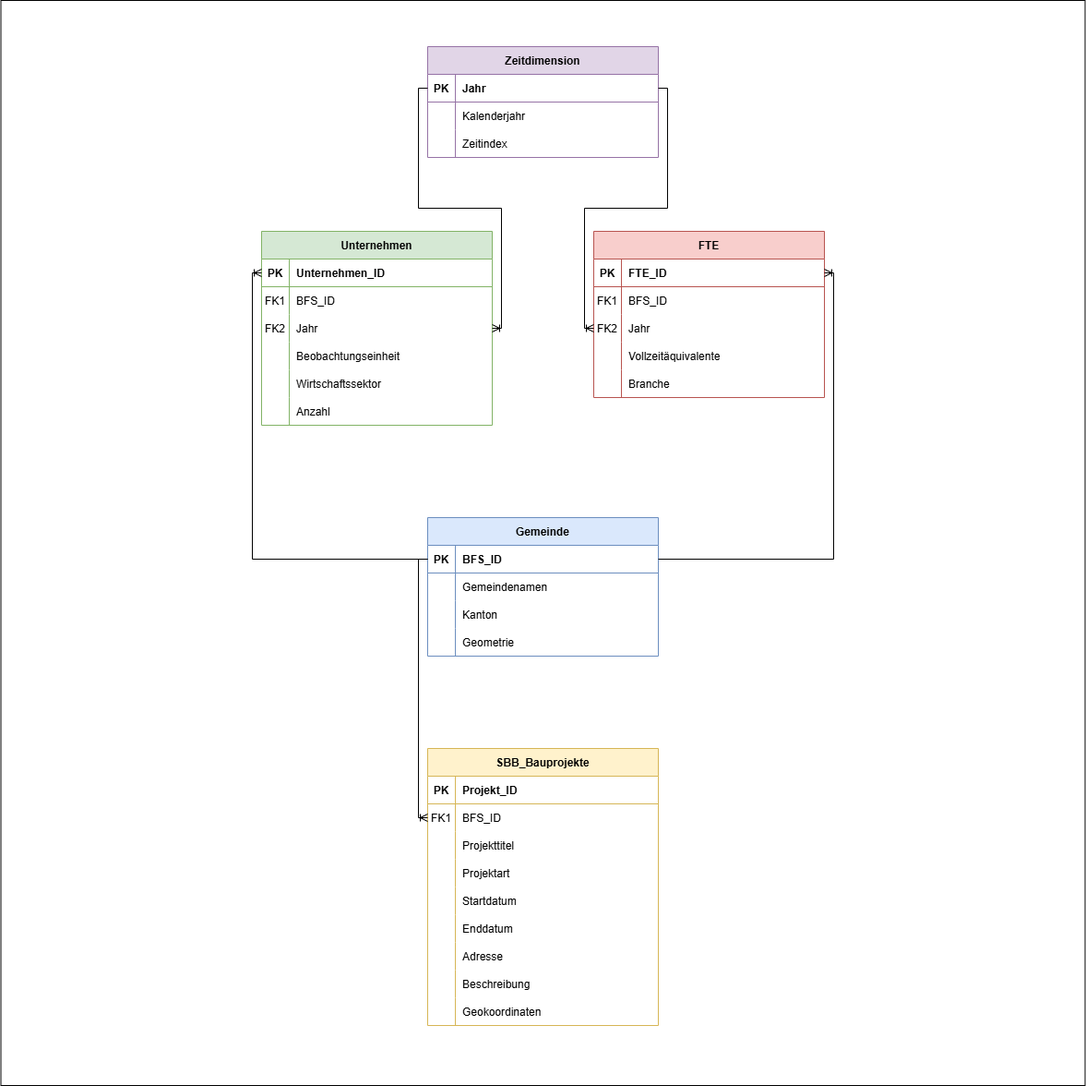
Above: ERD_Datasets_BINA.drawio.png in Fa-commits/BINA (draw.io), before the change. Source tidied: cells renumbered, new cells last; positions are measured from the earlier drawing's top-left corner, leaving out a move shared by most shapes.
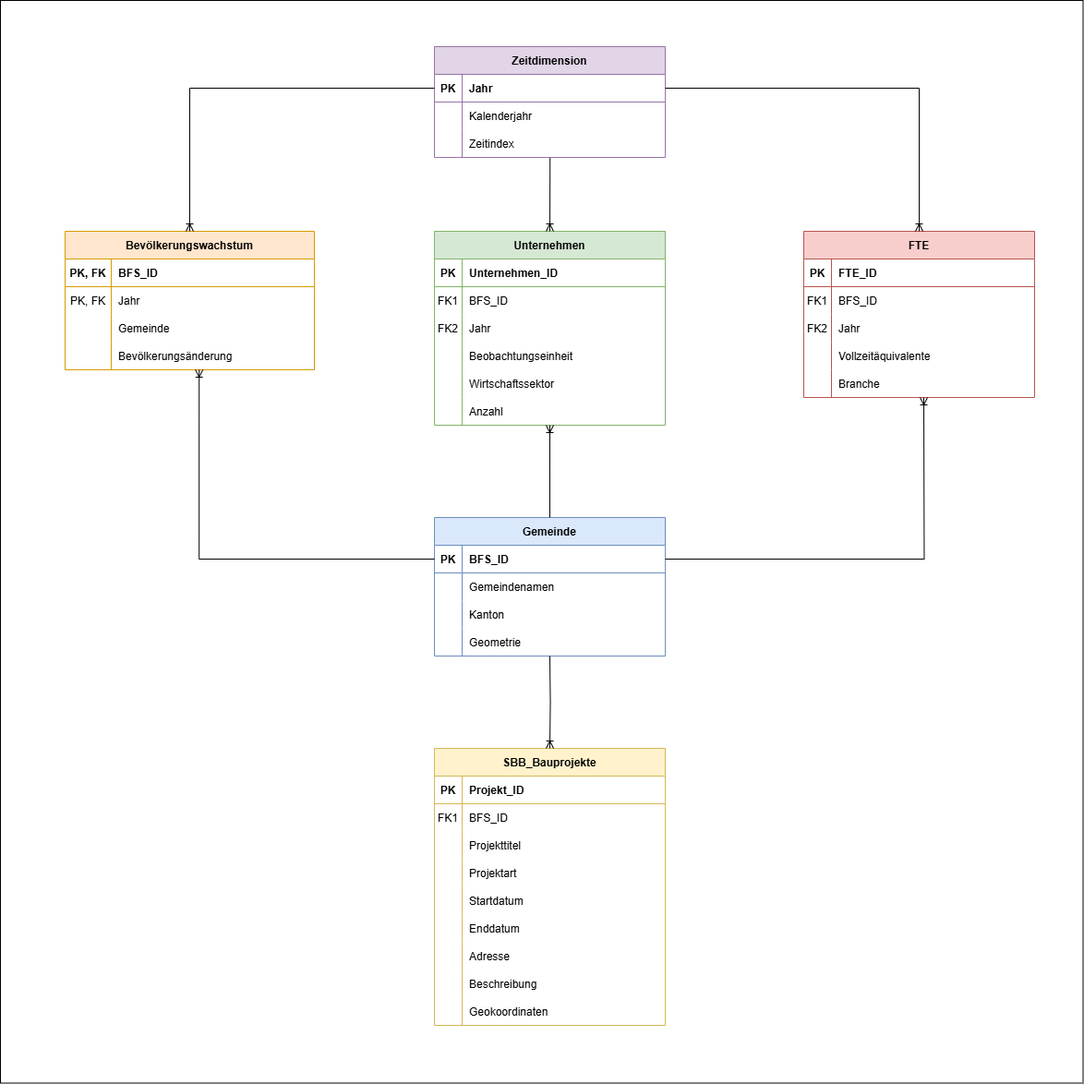
Later version of the same file.

Change to the diagram source:
```diff
@@ -3,10 +3,10 @@
     <mxCell id="0" />
     <mxCell id="1" parent="0" />
     <mxCell id="2" style="whiteSpace=wrap;html=1;" parent="1" vertex="1">
-      <mxGeometry x="-0.5" width="1175" height="1175" as="geometry" />
+      <mxGeometry x="-8" width="1172.5" height="1172.5" as="geometry" />
     </mxCell>
     <mxCell id="3" value="Unternehmen" style="shape=table;startSize=30;rowLines=0;fontStyle=1;align=center;fillColor=#d5e8d4;strokeColor=#82b366;" parent="1" vertex="1">
-      <mxGeometry x="282" y="250" width="250" height="210" as="geometry" />
+      <mxGeometry x="462" y="250" width="250" height="210" as="geometry" />
     </mxCell>
     <mxCell id="4" style="shape=partialRectangle;fillColor=none;points=[[0,0.5],[1,0.5]];portConstraint=eastwest;top=0;left=0;right=0;bottom=1;strokeColor=#82B366;" parent="3" vertex="1">
       <mxGeometry y="30" width="250" height="30" as="geometry" />
@@ -36,7 +36,7 @@
       <mxGeometry x="30" width="220" height="30" as="geometry" />
     </mxCell>
     <mxCell id="13" value="FTE" style="shape=table;startSize=30;rowLines=0;fontStyle=1;align=center;fillColor=#f8cecc;strokeColor=#b85450;" parent="1" vertex="1">
-      <mxGeometry x="642" y="250" width="250" height="180" as="geometry" />
+      <mxGeometry x="862" y="250" width="250" height="180" as="geometry" />
     </mxCell>
     <mxCell id="14" style="shape=partialRectangle;fillColor=none;points=[[0,0.5],[1,0.5]];portConstraint=eastwest;top=0;left=0;right=0;bottom=1;strokeColor=#B85450;" parent="13" vertex="1">
       <mxGeometry y="30" width="250" height="30" as="geometry" />
@@ -93,7 +93,7 @@
       <mxGeometry x="492" y="680" width="220" height="30" as="geometry" />
     </mxCell>
     <mxCell id="32" style="shape=partialRectangle;fillColor=none;top=0;left=1;right=0;bottom=0;strokeColor=#82B366;" parent="1" vertex="1">
-      <mxGeometry x="282" y="370" width="250" height="30" as="geometry" />
+      <mxGeometry x="462" y="370" width="250" height="30" as="geometry" />
     </mxCell>
     <mxCell id="33" style="shape=partialRectangle;overflow=hidden;fillColor=none;top=0;left=0;bottom=0;right=0;" parent="32" vertex="1">
       <mxGeometry width="30" height="30" as="geometry" />
@@ -102,7 +102,7 @@
       <mxGeometry x="30" width="220" height="30" as="geometry" />
     </mxCell>
     <mxCell id="35" style="shape=partialRectangle;fillColor=none;top=0;left=1;right=0;bottom=0;strokeColor=#82B366;" parent="1" vertex="1">
-      <mxGeometry x="282" y="400" width="250" height="30" as="geometry" />
+      <mxGeometry x="462" y="400" width="250" height="30" as="geometry" />
     </mxCell>
     <mxCell id="36" style="shape=partialRectangle;overflow=hidden;fillColor=none;top=0;left=0;bottom=0;right=0;" parent="35" vertex="1">
       <mxGeometry width="30" height="30" as="geometry" />
@@ -111,7 +111,7 @@
       <mxGeometry x="30" width="220" height="30" as="geometry" />
     </mxCell>
     <mxCell id="38" style="shape=partialRectangle;fillColor=none;top=0;left=0;right=0;bottom=0;strokeColor=#82B366;" parent="1" vertex="1">
-      <mxGeometry x="282" y="430" width="250" height="30" as="geometry" />
+      <mxGeometry x="462" y="430" width="250" height="30" as="geometry" />
     </mxCell>
     <mxCell id="39" style="shape=partialRectangle;overflow=hidden;fillColor=none;top=0;left=0;bottom=0;right=0;" parent="38" vertex="1">
       <mxGeometry width="30" height="30" as="geometry" />
@@ -198,25 +198,80 @@
       <mxGeometry x="30" width="220" height="30" as="geometry" />
     </mxCell>
     <mxCell id="67" value="Vollzeitäquivalente" style="shape=partialRectangle;overflow=hidden;fillColor=none;top=0;left=1;bottom=0;right=0;align=left;spacingLeft=6;strokeColor=#B85450;" parent="1" vertex="1">
-      <mxGeometry x="672" y="370" width="220" height="30" as="geometry" />
+      <mxGeometry x="892" y="370" width="220" height="30" as="geometry" />
     </mxCell>
     <mxCell id="68" value="Branche" style="shape=partialRectangle;overflow=hidden;fillColor=none;top=0;left=1;bottom=0;right=0;align=left;spacingLeft=6;strokeColor=#B85450;" parent="1" vertex="1">
-      <mxGeometry x="672" y="400" width="220" height="30" as="geometry" />
+      <mxGeometry x="892" y="400" width="220" height="30" as="geometry" />
     </mxCell>
-    <mxCell id="69" style="edgeStyle=orthogonalEdgeStyle;fontSize=12;html=1;endArrow=ERoneToMany;rounded=0;exitX=0;exitY=0.5;exitDx=0;exitDy=0;entryX=0;entryY=0.5;entryDx=0;entryDy=0;" parent="1" edge="1" source="24" target="45">
-      <mxGeometry relative="1" as="geometry" />
+    <mxCell id="69" style="edgeStyle=orthogonalEdgeStyle;fontSize=12;html=1;endArrow=ERoneToMany;rounded=0;entryX=0.5;entryY=0;entryDx=0;entryDy=0;" parent="1" edge="1" target="41">
+      <mxGeometry relative="1" as="geometry">
+        <mxPoint x="587" y="710" as="sourcePoint" />
+      </mxGeometry>
     </mxCell>
-    <mxCell id="70" style="edgeStyle=orthogonalEdgeStyle;fontSize=12;html=1;endArrow=ERoneToMany;rounded=0;exitX=0;exitY=0.5;exitDx=0;exitDy=0;entryX=0;entryY=0.5;entryDx=0;entryDy=0;" parent="1" edge="1" source="24" target="4">
-      <mxGeometry relative="1" as="geometry" />
+    <mxCell id="70" style="edgeStyle=orthogonalEdgeStyle;fontSize=12;html=1;endArrow=ERoneToMany;rounded=0;exitX=0.5;exitY=0;exitDx=0;exitDy=0;" parent="1" edge="1" source="23">
+      <mxGeometry relative="1" as="geometry">
+        <mxPoint x="587" y="460" as="targetPoint" />
+      </mxGeometry>
     </mxCell>
-    <mxCell id="71" style="edgeStyle=orthogonalEdgeStyle;fontSize=12;html=1;endArrow=ERoneToMany;rounded=0;exitX=1;exitY=0.5;exitDx=0;exitDy=0;entryX=1;entryY=0.5;entryDx=0;entryDy=0;" parent="1" edge="1" source="24" target="14">
-      <mxGeometry relative="1" as="geometry" />
+    <mxCell id="71" style="edgeStyle=orthogonalEdgeStyle;fontSize=12;html=1;endArrow=ERoneToMany;rounded=0;exitX=1;exitY=0.5;exitDx=0;exitDy=0;" parent="1" edge="1" source="24">
+      <mxGeometry relative="1" as="geometry">
+        <mxPoint x="992" y="430" as="targetPoint" />
+      </mxGeometry>
     </mxCell>
-    <mxCell id="72" style="edgeStyle=orthogonalEdgeStyle;fontSize=12;html=1;endArrow=ERoneToMany;rounded=0;exitX=1;exitY=0.5;exitDx=0;exitDy=0;entryX=0;entryY=0.5;entryDx=0;entryDy=0;" parent="1" edge="1" source="58" target="20">
+    <mxCell id="72" style="edgeStyle=orthogonalEdgeStyle;fontSize=12;html=1;endArrow=ERoneToMany;rounded=0;exitX=1;exitY=0.5;exitDx=0;exitDy=0;entryX=0.5;entryY=0;entryDx=0;entryDy=0;" parent="1" edge="1" source="58" target="13">
       <mxGeometry relative="1" as="geometry" />
     </mxCell>
-    <mxCell id="73" style="edgeStyle=orthogonalEdgeStyle;fontSize=12;html=1;endArrow=ERoneToMany;rounded=0;exitX=0;exitY=0.5;exitDx=0;exitDy=0;entryX=1;entryY=0.5;entryDx=0;entryDy=0;" parent="1" edge="1" source="58" target="10">
-      <mxGeometry relative="1" as="geometry" />
+    <mxCell id="73" style="edgeStyle=orthogonalEdgeStyle;fontSize=12;html=1;endArrow=ERoneToMany;rounded=0;entryX=0.5;entryY=0;entryDx=0;entryDy=0;exitX=0.501;exitY=1.014;exitDx=0;exitDy=0;exitPerimeter=0;" parent="1" edge="1" source="64" target="3">
+      <mxGeometry relative="1" as="geometry">
+        <Array as="points">
+          <mxPoint x="587" y="170" />
+        </Array>
+      </mxGeometry>
     </mxCell>
+    <mxCell id="74" value="Bevölkerungswachstum" style="shape=table;startSize=30;rowLines=0;fontStyle=1;align=center;fillColor=#ffe6cc;strokeColor=#d79b00;" parent="1" vertex="1">
+      <mxGeometry x="62" y="250" width="270" height="150" as="geometry" />
+    </mxCell>
+    <mxCell id="75" style="shape=partialRectangle;fillColor=none;top=0;left=0;right=0;bottom=1;strokeColor=#D79B00;" parent="74" vertex="1">
+      <mxGeometry y="30" width="270" height="30" as="geometry" />
+    </mxCell>
+    <mxCell id="76" value="PK, FK" style="shape=partialRectangle;overflow=hidden;fillColor=none;top=0;left=0;bottom=0;right=0;fontStyle=1;strokeColor=#d79b00;" parent="75" vertex="1">
+      <mxGeometry width="50" height="30" as="geometry" />
+    </mxCell>
+    <mxCell id="77" value="BFS_ID" style="shape=partialRectangle;overflow=hidden;fillColor=none;top=0;left=0;bottom=0;right=0;align=left;spacingLeft=6;fontStyle=1;strokeColor=#d79b00;" parent="75" vertex="1">
+      <mxGeometry x="50" width="220" height="30" as="geometry" />
+    </mxCell>
+    <mxCell id="78" style="shape=partialRectangle;fillColor=none;top=0;left=0;right=0;bottom=0;" parent="74" vertex="1">
+      <mxGeometry y="60" width="270" height="30" as="geometry" />
+    </mxCell>
+    <mxCell id="79" value="PK, FK" style="shape=partialRectangle;overflow=hidden;fillColor=none;top=0;left=0;bottom=0;right=0;" parent="78" vertex="1">
+      <mxGeometry width="50" height="30" as="geometry" />
+    </mxCell>
+    <mxCell id="80" value="Jahr" style="shape=partialRectangle;overflow=hidden;fillColor=none;top=0;left=0;bottom=0;right=0;align=left;spacingLeft=6;" parent="78" vertex="1">
+      <mxGeometry x="50" width="220" height="30" as="geometry" />
+    </mxCell>
+    <mxCell id="81" style="shape=partialRectangle;fillColor=none;top=0;left=0;right=0;bottom=0;" parent="74" vertex="1">
+      <mxGeometry y="90" width="270" height="30" as="geometry" />
+    </mxCell>
+    <mxCell id="82" style="shape=partialRectangle;overflow=hidden;fillColor=none;top=0;left=0;bottom=0;right=0;" parent="81" vertex="1">
+      <mxGeometry width="50" height="30" as="geometry" />
+    </mxCell>
+    <mxCell id="83" value="Gemeinde" style="shape=partialRectangle;overflow=hidden;fillColor=none;top=0;left=0;bottom=0;right=0;align=left;spacingLeft=6;" parent="81" vertex="1">
+      <mxGeometry x="50" width="220" height="30" as="geometry" />
+    </mxCell>
+    <mxCell id="84" style="shape=partialRectangle;fillColor=none;points=[[0,0.5],[1,0.5]];portConstraint=eastwest;top=0;left=1;right=0;bottom=0;strokeColor=none;" parent="1" vertex="1">
+      <mxGeometry x="132" y="370" width="200" height="30" as="geometry" />
+    </mxCell>
+    <mxCell id="85" style="shape=partialRectangle;overflow=hidden;fillColor=none;top=0;left=0;bottom=0;right=0;" parent="84" vertex="1">
+      <mxGeometry width="24" height="30" as="geometry" />
+    </mxCell>
+    <mxCell id="86" value="Bevölkerungsänderung" style="shape=partialRectangle;overflow=hidden;fillColor=none;top=0;left=1;bottom=0;right=0;align=left;spacingLeft=6;strokeColor=#D79B00;" parent="84" vertex="1">
+      <mxGeometry x="-20" width="220" height="30" as="geometry" />
+    </mxCell>
+    <mxCell id="87" style="edgeStyle=orthogonalEdgeStyle;fontSize=12;html=1;endArrow=ERoneToMany;rounded=0;exitX=0;exitY=0.5;exitDx=0;exitDy=0;entryX=0.376;entryY=1;entryDx=0;entryDy=0;entryPerimeter=0;" parent="1" edge="1" source="24" target="84">
+      <mxGeometry relative="1" as="geometry" />
+    </mxCell>
+    <mxCell id="88" style="edgeStyle=orthogonalEdgeStyle;fontSize=12;html=1;endArrow=ERoneToMany;rounded=0;exitX=0;exitY=0.5;exitDx=0;exitDy=0;entryX=0.5;entryY=0;entryDx=0;entryDy=0;" parent="1" edge="1" source="58" target="74">
+      <mxGeometry relative="1" as="geometry" />
+    </mxCell>
   </root>
 </mxGraphModel>
```
